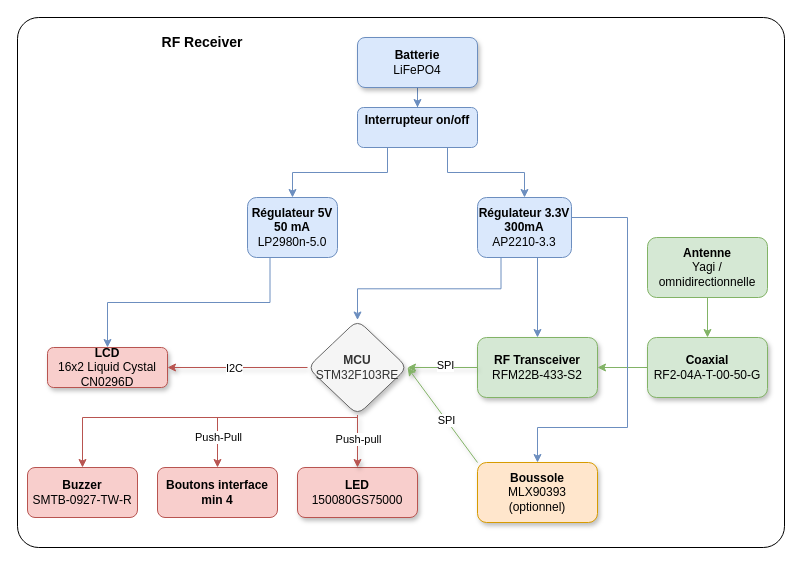
Before: Documentation/RFReceiver/Explications/Diagram_Receiver.drawio in GAULAvionique2024-2025/Ordinateur-de-bord, a draw.io diagram. Source tidied: cells renumbered, new cells numbered last; positions are measured from the earlier drawing's top-left corner, leaving out a move shared by most shapes. Both pictures are drawn from the tidied source at 100%, with x=0, y=0 at pixel (17, 17).
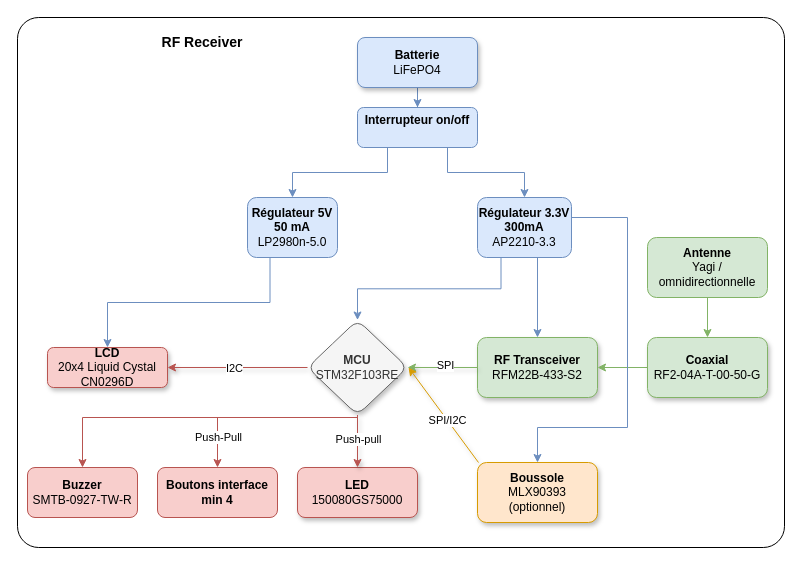
The same diagram, later.

Unchanged cells that the change refers to:
```xml
<mxCell id="6" value="&lt;b&gt;MCU&lt;/b&gt;&lt;br&gt;&lt;div&gt;STM32F103RE&lt;/div&gt;" style="rhombus;whiteSpace=wrap;html=1;rounded=1;shadow=1;fillColor=#f5f5f5;fontColor=#333333;strokeColor=#666666;" parent="1" vertex="1">
  <mxGeometry x="290" y="302.5" width="100" height="95" as="geometry" />
</mxCell>
<mxCell id="20" value="&lt;b&gt;Boussole&lt;/b&gt;&lt;div&gt;MLX90393&lt;br&gt;&lt;/div&gt;&lt;div&gt;(optionnel)&lt;/div&gt;" style="rounded=1;whiteSpace=wrap;html=1;fillColor=#ffe6cc;strokeColor=#d79b00;shadow=1;" parent="1" vertex="1">
  <mxGeometry x="460" y="445" width="120" height="60" as="geometry" />
</mxCell>
```

Change to the diagram source:
```diff
@@
-    <mxCell id="10" value="&lt;b&gt;LCD&lt;/b&gt;&lt;div&gt;16x2 Liquid Cystal&lt;/div&gt;&lt;div&gt;CN0296D&lt;/div&gt;" style="rounded=1;whiteSpace=wrap;html=1;fillColor=#f8cecc;strokeColor=#b85450;shadow=1;" parent="1" vertex="1">
+    <mxCell id="10" value="&lt;b&gt;LCD&lt;/b&gt;&lt;div&gt;20x4 Liquid Cystal&lt;/div&gt;&lt;div&gt;CN0296D&lt;/div&gt;" style="rounded=1;whiteSpace=wrap;html=1;fillColor=#f8cecc;strokeColor=#b85450;shadow=1;" parent="1" vertex="1">
       <mxGeometry x="30" y="330" width="120" height="40" as="geometry" />
     </mxCell>
@@
-    <mxCell id="23" style="endArrow=classic;html=1;rounded=0;exitX=0;exitY=0;exitDx=0;exitDy=0;entryX=1;entryY=0.5;entryDx=0;entryDy=0;fillColor=#d5e8d4;strokeColor=#82b366;shadow=1;" parent="1" edge="1" source="20" target="6">
-      <mxGeometry relative="1" as="geometry" />
+    <mxCell id="23" style="endArrow=classic;html=1;rounded=0;exitX=0;exitY=0;exitDx=0;exitDy=0;entryX=1;entryY=0.5;entryDx=0;entryDy=0;fillColor=#ffe6cc;strokeColor=#d79b00;shadow=1;" parent="1" edge="1">
+      <mxGeometry relative="1" as="geometry">
+        <mxPoint x="461" y="445" as="sourcePoint" />
+        <mxPoint x="391" y="350" as="targetPoint" />
+      </mxGeometry>
     </mxCell>
-    <mxCell id="24" value="SPI" style="edgeLabel;html=1;align=center;verticalAlign=middle;" parent="23" vertex="1">
+    <mxCell id="24" value="SPI/I2C" style="edgeLabel;html=1;align=center;verticalAlign=middle;" parent="23" vertex="1">
       <mxGeometry x="-0.1" relative="1" as="geometry" />
     </mxCell>
```
